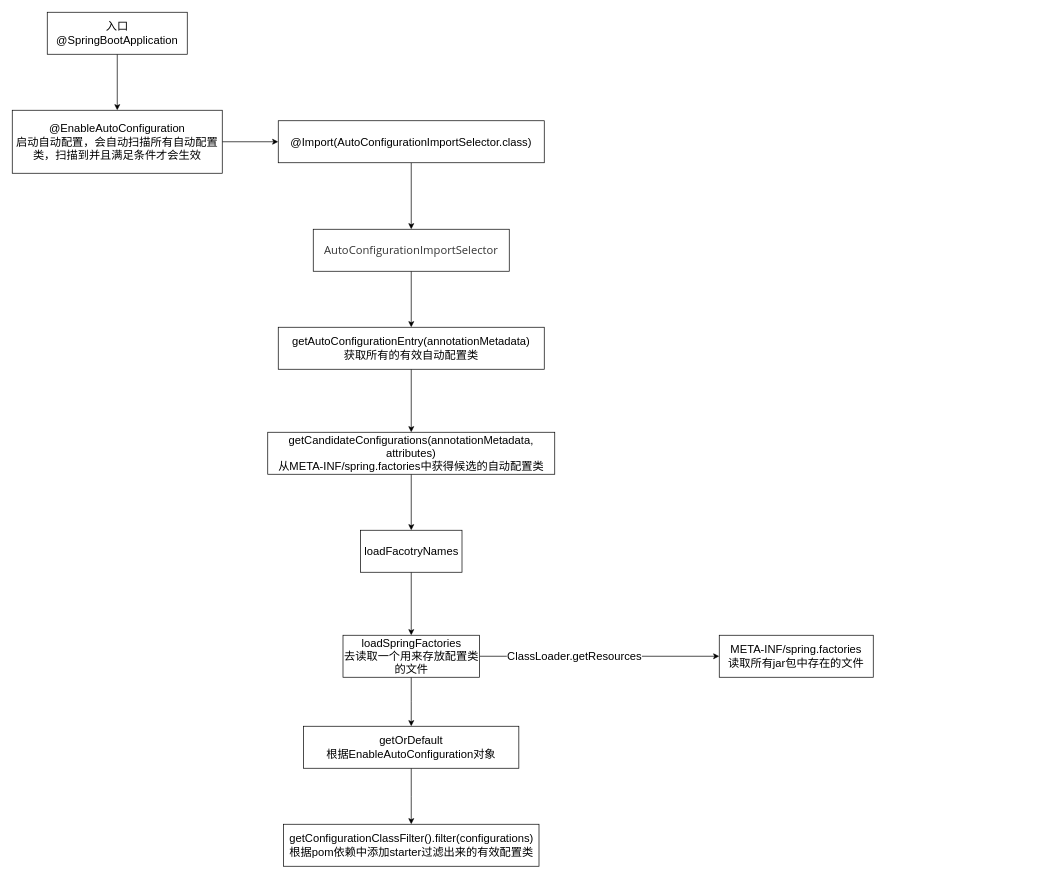
Earlier version of the draw.io diagram Spring Boot自动配置流程.drawio (linbingxing/mind). Source tidied: cells renumbered, new cells numbered last; positions are measured from the earlier drawing's top-left corner, leaving out a move shared by most shapes. Both pictures are drawn from the tidied source at 70%, with x=0, y=0 at pixel (12, 12).
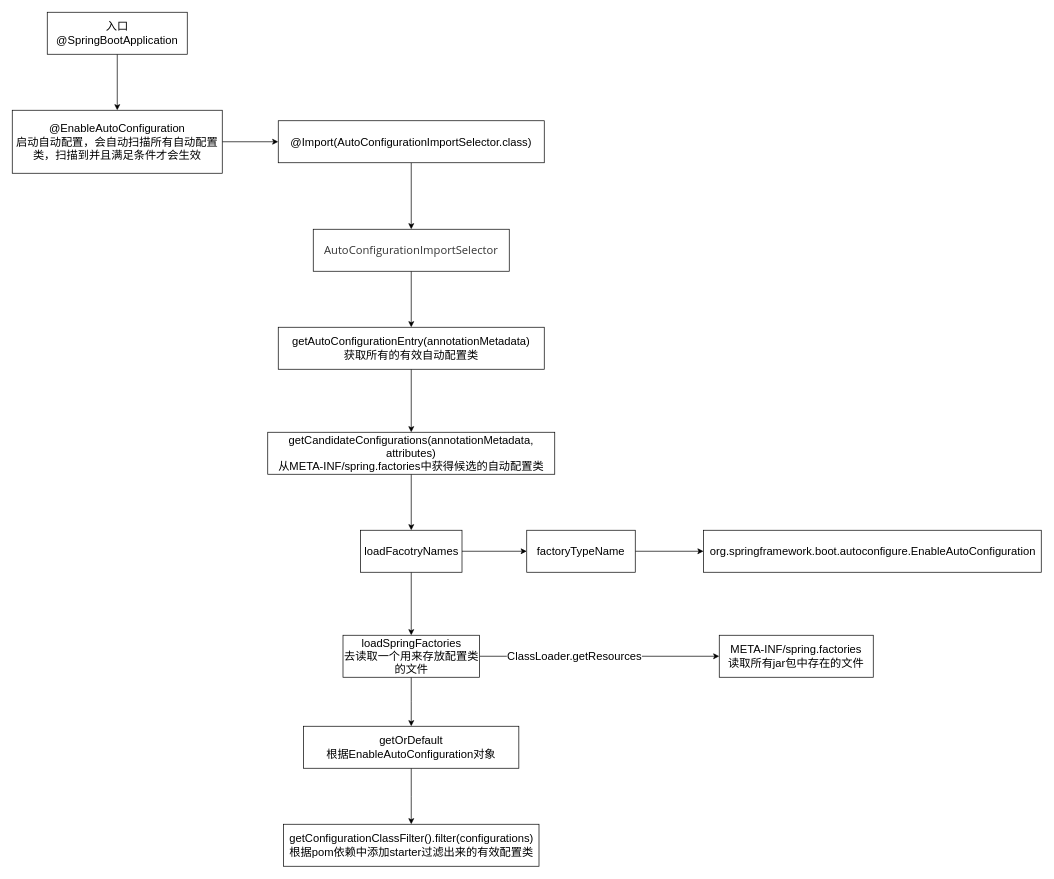
The same page after the edit.

Commit message:
更新Spring Boot自动配置流程.drawio

Unchanged cells that the change refers to:
```xml
<mxCell id="15" value="loadFacotryNames" style="whiteSpace=wrap;html=1;rounded=0;fontSize=16;" parent="1" vertex="1">
  <mxGeometry x="497.5" y="740" width="145" height="60" as="geometry" />
</mxCell>
```

Diff of the diagram source:
```diff
@@
+    <mxCell id="24" style="edgeStyle=orthogonalEdgeStyle;rounded=0;jettySize=auto;html=1;fontSize=16;" parent="1" edge="1" source="15" target="26">
+      <mxGeometry relative="1" as="geometry" />
+    </mxCell>
@@
+    <mxCell id="25" style="edgeStyle=orthogonalEdgeStyle;rounded=0;jettySize=auto;html=1;fontSize=16;" parent="1" edge="1" source="26" target="27">
+      <mxGeometry relative="1" as="geometry" />
+    </mxCell>
+    <mxCell id="26" value="factoryTypeName" style="whiteSpace=wrap;html=1;fontSize=16;rounded=0;" parent="1" vertex="1">
+      <mxGeometry x="735" y="740" width="155" height="60" as="geometry" />
+    </mxCell>
+    <mxCell id="27" value="org.springframework.boot.autoconfigure.EnableAutoConfiguration" style="whiteSpace=wrap;html=1;fontSize=16;rounded=0;" parent="1" vertex="1">
+      <mxGeometry x="987.5" y="740" width="482.5" height="60" as="geometry" />
+    </mxCell>
```
